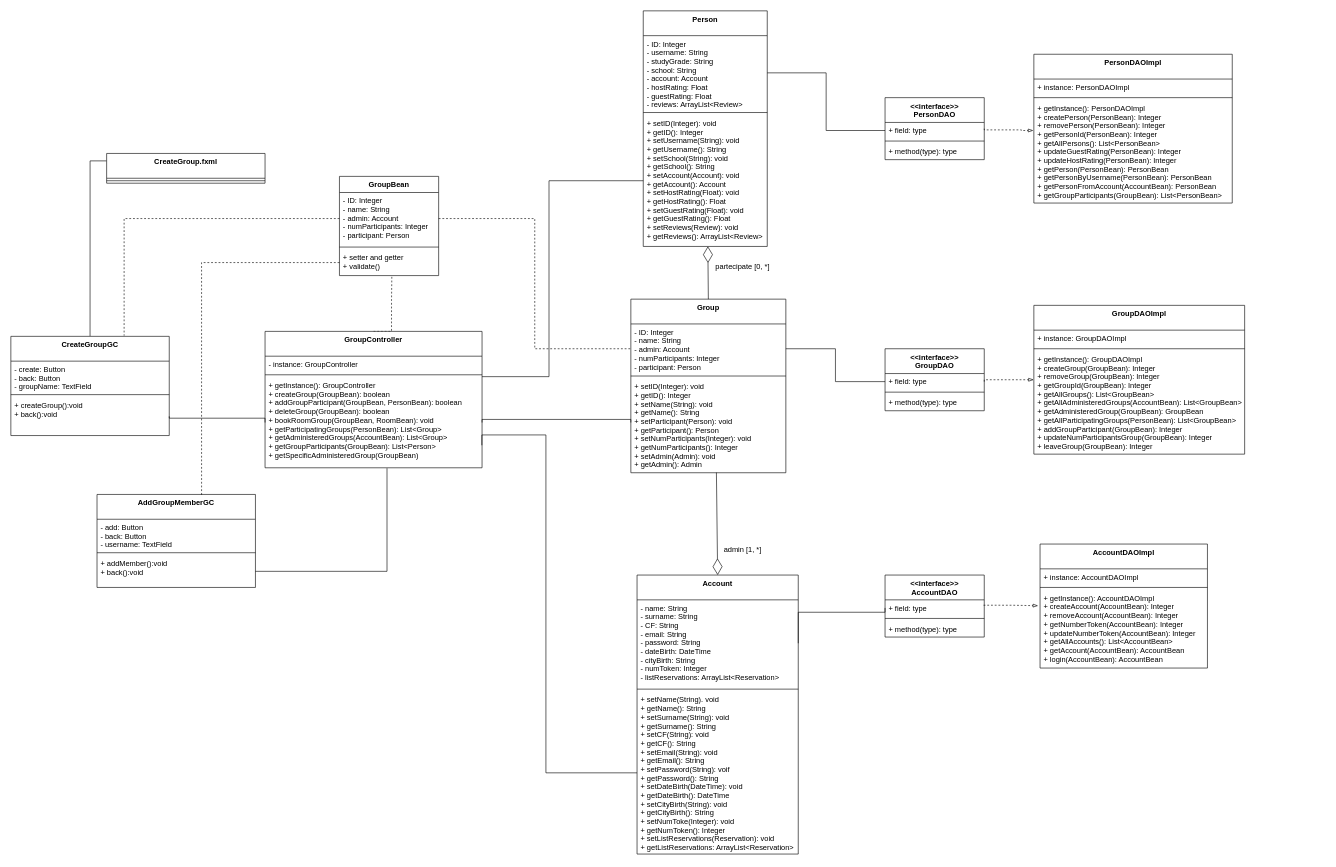
The draw.io diagram Deliverables/Design Level Class Diagram/DLCD Create Study Group Dalena.drawio in nic-agos/DoveStudi, before the edit. Source tidied: cells renumbered, new cells numbered last; positions are measured from the earlier drawing's top-left corner, leaving out a move shared by most shapes. Both pictures are drawn from the tidied source at 62%, with x=0, y=0 at pixel (11, 11).
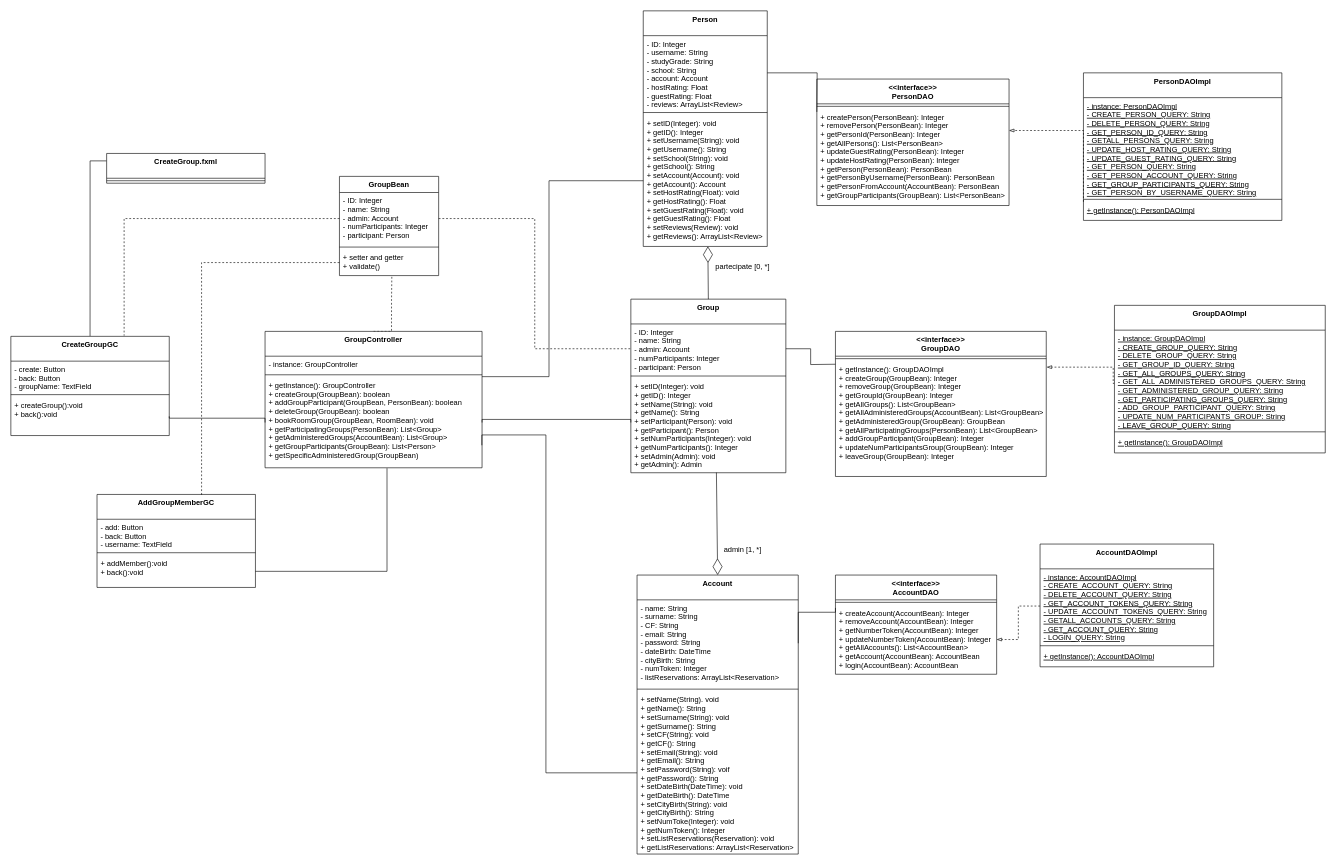
The same diagram, later.

The change refers to these unchanged cells:
```xml
<mxCell id="3" value="- name: String&#10;- surname: String&#10;- CF: String&#10;- email: String&#10;- password: String&#10;- dateBirth: DateTime&#10;- cityBirth: String&#10;- numToken: Integer&#10;- listReservations: ArrayList&lt;Reservation&gt;" style="text;strokeColor=none;fillColor=none;align=left;verticalAlign=top;spacingLeft=4;spacingRight=4;overflow=hidden;points=[[0,0.5],[1,0.5]];portConstraint=eastwest;" parent="2" vertex="1">
  <mxGeometry y="40" width="260" height="140" as="geometry" />
</mxCell>
<mxCell id="7" value="- ID: Integer&#10;- name: String&#10;- admin: Account&#10;- numParticipants: Integer&#10;- participant: Person&#10;" style="text;strokeColor=none;fillColor=none;align=left;verticalAlign=top;spacingLeft=4;spacingRight=4;overflow=hidden;points=[[0,0.5],[1,0.5]];portConstraint=eastwest;" parent="6" vertex="1">
  <mxGeometry y="40" width="250" height="80" as="geometry" />
</mxCell>
<mxCell id="11" value="- ID: Integer&#10;- username: String&#10;- studyGrade: String&#10;- school: String&#10;- account: Account&#10;- hostRating: Float&#10;- guestRating: Float&#10;- reviews: ArrayList&lt;Review&gt;" style="text;strokeColor=none;fillColor=none;align=left;verticalAlign=top;spacingLeft=4;spacingRight=4;overflow=hidden;points=[[0,0.5],[1,0.5]];portConstraint=eastwest;" parent="10" vertex="1">
  <mxGeometry y="40" width="200" height="120" as="geometry" />
</mxCell>
<mxCell id="15" value="GroupController" style="swimlane;fontStyle=1;align=center;verticalAlign=top;horizontal=1;startSize=40;" parent="1" vertex="1">
  <mxGeometry x="410" y="517" width="350" height="220" as="geometry" />
</mxCell>
```

Change to the diagram source:
```diff
@@
-    <mxCell id="18" value="+ getInstance(): GroupController&#10;+ createGroup(GroupBean): boolean&#10;+ addGroupParticipant(GroupBean, PersonBean): boolean&#10;+ deleteGroup(GroupBean): boolean&#10;+ bookRoomGroup(GroupBean, RoomBean): void&#10;+ getParticipatingGroups(PersonBean): List&lt;Group&gt;&#10;+ getAdministeredGroups(AccountBean): List&lt;Group&gt;&#10;+ getGroupParticipants(GroupBean): List&lt;Person&gt;&#10;+ getSpecificAdministeredGroup(GroupBean)" style="text;strokeColor=none;fillColor=none;align=left;verticalAlign=top;spacingLeft=4;spacingRight=4;overflow=hidden;points=[[0,0.5],[1,0.5]];portConstraint=eastwest;" parent="15" vertex="1">
+    <mxCell id="18" value="+ getInstance(): GroupController&#10;+ createGroup(GroupBean): boolean&#10;+ addGroupParticipant(GroupBean, PersonBean): boolean&#10;+ deleteGroup(GroupBean): boolean&#10;+ bookRoomGroup(GroupBean, RoomBean): void&#10;+ getParticipatingGroups(PersonBean): List&lt;Group&gt;&#10;+ getAdministeredGroups(AccountBean): List&lt;Group&gt;&#10;+ getGroupParticipants(GroupBean): List&lt;Person&gt;&#10;+ getSpecificAdministeredGroup(GroupBean)&#10;&#10;" style="text;strokeColor=none;fillColor=none;align=left;verticalAlign=top;spacingLeft=4;spacingRight=4;overflow=hidden;points=[[0,0.5],[1,0.5]];portConstraint=eastwest;fontStyle=0;" parent="15" vertex="1">
       <mxGeometry y="74" width="350" height="146" as="geometry" />
     </mxCell>
     <mxCell id="19" value="&lt;&lt;interface&gt;&gt;&#10;PersonDAO" style="swimlane;fontStyle=1;align=center;verticalAlign=top;horizontal=1;startSize=40;" parent="1" vertex="1">
-      <mxGeometry x="1410" y="140" width="160" height="100" as="geometry" />
+      <mxGeometry x="1300" y="110" width="310" height="204" as="geometry" />
     </mxCell>
-    <mxCell id="20" value="+ field: type" style="text;strokeColor=none;fillColor=none;align=left;verticalAlign=top;spacingLeft=4;spacingRight=4;overflow=hidden;points=[[0,0.5],[1,0.5]];portConstraint=eastwest;" parent="19" vertex="1">
-      <mxGeometry y="40" width="160" height="26" as="geometry" />
-    </mxCell>
     <mxCell id="21" style="line;strokeWidth=1;fillColor=none;align=left;verticalAlign=middle;spacingTop=-1;spacingLeft=3;spacingRight=3;labelPosition=right;" parent="19" vertex="1">
-      <mxGeometry y="66" width="160" height="8" as="geometry" />
+      <mxGeometry y="40" width="310" height="8" as="geometry" />
     </mxCell>
-    <mxCell id="22" value="+ method(type): type" style="text;strokeColor=none;fillColor=none;align=left;verticalAlign=top;spacingLeft=4;spacingRight=4;overflow=hidden;" parent="19" vertex="1">
-      <mxGeometry y="74" width="160" height="26" as="geometry" />
+    <mxCell id="22" value="+ createPerson(PersonBean): Integer&#10;+ removePerson(PersonBean): Integer&#10;+ getPersonId(PersonBean): Integer&#10;+ getAllPersons(): List&lt;PersonBean&gt;&#10;+ updateGuestRating(PersonBean): Integer&#10;+ updateHostRating(PersonBean): Integer&#10;+ getPerson(PersonBean): PersonBean&#10;+ getPersonByUsername(PersonBean): PersonBean&#10;+ getPersonFromAccount(AccountBean): PersonBean&#10;+ getGroupParticipants(GroupBean): List&lt;PersonBean&gt;" style="text;strokeColor=none;fillColor=none;align=left;verticalAlign=top;spacingLeft=4;spacingRight=4;overflow=hidden;" parent="19" vertex="1">
+      <mxGeometry y="48" width="310" height="156" as="geometry" />
     </mxCell>
-    <mxCell id="23" style="edgeStyle=orthogonalEdgeStyle;rounded=0;jettySize=auto;html=1;endArrow=blockThin;endFill=0;dashed=1;exitX=1;exitY=0.5;exitDx=0;exitDy=0;entryX=-0.003;entryY=0.295;entryDx=0;entryDy=0;entryPerimeter=0;" parent="1" edge="1" source="19" target="64">
-      <mxGeometry relative="1" as="geometry">
-        <Array as="points">
-          <mxPoint x="1570" y="192" />
-          <mxPoint x="1630" y="192" />
-        </Array>
-      </mxGeometry>
-    </mxCell>
     <mxCell id="24" value="&lt;&lt;interface&gt;&gt;&#10;GroupDAO" style="swimlane;fontStyle=1;align=center;verticalAlign=top;horizontal=1;startSize=40;" parent="1" vertex="1">
-      <mxGeometry x="1410" y="545" width="160" height="100" as="geometry" />
+      <mxGeometry x="1330" y="517" width="340" height="234" as="geometry" />
     </mxCell>
-    <mxCell id="25" value="+ field: type" style="text;strokeColor=none;fillColor=none;align=left;verticalAlign=top;spacingLeft=4;spacingRight=4;overflow=hidden;points=[[0,0.5],[1,0.5]];portConstraint=eastwest;" parent="24" vertex="1">
-      <mxGeometry y="40" width="160" height="26" as="geometry" />
-    </mxCell>
     <mxCell id="26" style="line;strokeWidth=1;fillColor=none;align=left;verticalAlign=middle;spacingTop=-1;spacingLeft=3;spacingRight=3;labelPosition=right;" parent="24" vertex="1">
-      <mxGeometry y="66" width="160" height="8" as="geometry" />
+      <mxGeometry y="40" width="340" height="8" as="geometry" />
     </mxCell>
-    <mxCell id="27" value="+ method(type): type" style="text;strokeColor=none;fillColor=none;align=left;verticalAlign=top;spacingLeft=4;spacingRight=4;overflow=hidden;points=[[0,0.5],[1,0.5]];portConstraint=eastwest;" parent="24" vertex="1">
-      <mxGeometry y="74" width="160" height="26" as="geometry" />
+    <mxCell id="27" value="+ getInstance(): GroupDAOImpl&#10;+ createGroup(GroupBean): Integer&#10;+ removeGroup(GroupBean): Integer&#10;+ getGroupId(GroupBean): Integer&#10;+ getAllGroups(): List&lt;GroupBean&gt;&#10;+ getAllAdministeredGroups(AccountBean): List&lt;GroupBean&gt;&#10;+ getAdministeredGroup(GroupBean): GroupBean&#10;+ getAllParticipatingGroups(PersonBean): List&lt;GroupBean&gt;&#10;+ addGroupParticipant(GroupBean): Integer&#10;+ updateNumParticipantsGroup(GroupBean): Integer&#10;+ leaveGroup(GroupBean): Integer" style="text;strokeColor=none;fillColor=none;align=left;verticalAlign=top;spacingLeft=4;spacingRight=4;overflow=hidden;points=[[0,0.5],[1,0.5]];portConstraint=eastwest;" parent="24" vertex="1">
+      <mxGeometry y="48" width="340" height="186" as="geometry" />
     </mxCell>
-    <mxCell id="28" style="edgeStyle=orthogonalEdgeStyle;rounded=0;jettySize=auto;html=1;endArrow=blockThin;endFill=0;dashed=1;exitX=1;exitY=0.5;exitDx=0;exitDy=0;entryX=-0.001;entryY=0.277;entryDx=0;entryDy=0;entryPerimeter=0;" parent="1" edge="1" source="25" target="60">
-      <mxGeometry relative="1" as="geometry">
-        <Array as="points">
-          <mxPoint x="1570" y="595" />
-        </Array>
-      </mxGeometry>
-    </mxCell>
     <mxCell id="29" value="&lt;&lt;interface&gt;&gt;&#10;AccountDAO" style="swimlane;fontStyle=1;align=center;verticalAlign=top;horizontal=1;startSize=40;" parent="1" vertex="1">
-      <mxGeometry x="1410" y="910" width="160" height="100" as="geometry" />
+      <mxGeometry x="1330" y="910" width="260" height="160" as="geometry" />
     </mxCell>
-    <mxCell id="30" value="+ field: type" style="text;strokeColor=none;fillColor=none;align=left;verticalAlign=top;spacingLeft=4;spacingRight=4;overflow=hidden;points=[[0,0.5],[1,0.5]];portConstraint=eastwest;" parent="29" vertex="1">
-      <mxGeometry y="40" width="160" height="26" as="geometry" />
-    </mxCell>
     <mxCell id="31" style="line;strokeWidth=1;fillColor=none;align=left;verticalAlign=middle;spacingTop=-1;spacingLeft=3;spacingRight=3;labelPosition=right;" parent="29" vertex="1">
-      <mxGeometry y="66" width="160" height="8" as="geometry" />
+      <mxGeometry y="40" width="260" height="8" as="geometry" />
     </mxCell>
-    <mxCell id="32" value="+ method(type): type" style="text;strokeColor=none;fillColor=none;align=left;verticalAlign=top;spacingLeft=4;spacingRight=4;overflow=hidden;points=[[0,0.5],[1,0.5]];portConstraint=eastwest;" parent="29" vertex="1">
-      <mxGeometry y="74" width="160" height="26" as="geometry" />
+    <mxCell id="32" value="+ createAccount(AccountBean): Integer&#10;+ removeAccount(AccountBean): Integer&#10;+ getNumberToken(AccountBean): Integer&#10;+ updateNumberToken(AccountBean): Integer&#10;+ getAllAccounts(): List&lt;AccountBean&gt;&#10;+ getAccount(AccountBean): AccountBean&#10;+ login(AccountBean): AccountBean" style="text;strokeColor=none;fillColor=none;align=left;verticalAlign=top;spacingLeft=4;spacingRight=4;overflow=hidden;points=[[0,0.5],[1,0.5]];portConstraint=eastwest;" parent="29" vertex="1">
+      <mxGeometry y="48" width="260" height="112" as="geometry" />
     </mxCell>
-    <mxCell id="33" style="edgeStyle=orthogonalEdgeStyle;rounded=0;jettySize=auto;html=1;endArrow=blockThin;endFill=0;dashed=1;exitX=0.993;exitY=0.333;exitDx=0;exitDy=0;exitPerimeter=0;entryX=-0.012;entryY=0.202;entryDx=0;entryDy=0;entryPerimeter=0;" parent="1" edge="1" source="30" target="68">
-      <mxGeometry relative="1" as="geometry" />
-    </mxCell>
-    <mxCell id="34" style="edgeStyle=orthogonalEdgeStyle;rounded=0;jettySize=auto;html=1;exitX=1;exitY=0.5;exitDx=0;exitDy=0;entryX=0;entryY=0.5;entryDx=0;entryDy=0;endArrow=none;endFill=0;" parent="1" edge="1" source="3" target="30">
+    <mxCell id="34" style="edgeStyle=orthogonalEdgeStyle;rounded=0;jettySize=auto;html=1;exitX=1;exitY=0.5;exitDx=0;exitDy=0;entryX=0;entryY=0.5;entryDx=0;entryDy=0;endArrow=none;endFill=0;" parent="1" edge="1" source="3">
       <mxGeometry relative="1" as="geometry">
+        <mxPoint x="1330" y="963" as="targetPoint" />
         <Array as="points">
-          <mxPoint x="1410" y="970" />
+          <mxPoint x="1270" y="970" />
+          <mxPoint x="1330" y="970" />
         </Array>
       </mxGeometry>
     </mxCell>
-    <mxCell id="35" style="edgeStyle=orthogonalEdgeStyle;rounded=0;jettySize=auto;html=1;exitX=1;exitY=0.5;exitDx=0;exitDy=0;entryX=0;entryY=0.5;entryDx=0;entryDy=0;endArrow=none;endFill=0;" parent="1" edge="1" source="7" target="25">
-      <mxGeometry relative="1" as="geometry" />
+    <mxCell id="35" style="edgeStyle=orthogonalEdgeStyle;rounded=0;jettySize=auto;html=1;exitX=1;exitY=0.5;exitDx=0;exitDy=0;entryX=0;entryY=0.5;entryDx=0;entryDy=0;endArrow=none;endFill=0;" parent="1" edge="1" source="7">
+      <mxGeometry relative="1" as="geometry">
+        <mxPoint x="1330" y="570" as="targetPoint" />
+      </mxGeometry>
     </mxCell>
-    <mxCell id="36" style="edgeStyle=orthogonalEdgeStyle;rounded=0;jettySize=auto;html=1;exitX=1;exitY=0.5;exitDx=0;exitDy=0;entryX=0;entryY=0.5;entryDx=0;entryDy=0;endArrow=none;endFill=0;" parent="1" edge="1" source="11" target="20">
-      <mxGeometry relative="1" as="geometry" />
+    <mxCell id="36" style="edgeStyle=orthogonalEdgeStyle;rounded=0;jettySize=auto;html=1;exitX=1;exitY=0.5;exitDx=0;exitDy=0;entryX=0;entryY=0.5;entryDx=0;entryDy=0;endArrow=none;endFill=0;" parent="1" edge="1" source="11">
+      <mxGeometry relative="1" as="geometry">
+        <mxPoint x="1300" y="163" as="targetPoint" />
+      </mxGeometry>
     </mxCell>
@@
     <mxCell id="57" value="GroupDAOImpl" style="swimlane;fontStyle=1;align=center;verticalAlign=top;horizontal=1;startSize=40;" parent="1" vertex="1">
-      <mxGeometry x="1650" y="475" width="340" height="240" as="geometry" />
+      <mxGeometry x="1780" y="475" width="340" height="238" as="geometry" />
     </mxCell>
-    <mxCell id="58" value="+ instance: GroupDAOImpl" style="text;strokeColor=none;fillColor=none;align=left;verticalAlign=top;spacingLeft=4;spacingRight=4;overflow=hidden;points=[[0,0.5],[1,0.5]];portConstraint=eastwest;" parent="57" vertex="1">
-      <mxGeometry y="40" width="340" height="26" as="geometry" />
+    <mxCell id="58" value="- instance: GroupDAOImpl&#10;- CREATE_GROUP_QUERY: String&#10;- DELETE_GROUP_QUERY: String&#10;- GET_GROUP_ID_QUERY: String&#10;- GET_ALL_GROUPS_QUERY: String&#10;- GET_ALL_ADMINISTERED_GROUPS_QUERY: String&#10;- GET_ADMINISTERED_GROUP_QUERY: String&#10;- GET_PARTICIPATING_GROUPS_QUERY: String&#10;- ADD_GROUP_PARTICIPANT_QUERY: String&#10;- UPDATE_NUM_PARTICIPANTS_GROUP: String&#10;- LEAVE_GROUP_QUERY: String" style="text;strokeColor=none;fillColor=none;align=left;verticalAlign=top;spacingLeft=4;spacingRight=4;overflow=hidden;points=[[0,0.5],[1,0.5]];portConstraint=eastwest;fontStyle=4;" parent="57" vertex="1">
+      <mxGeometry y="40" width="340" height="160" as="geometry" />
     </mxCell>
     <mxCell id="59" style="line;strokeWidth=1;fillColor=none;align=left;verticalAlign=middle;spacingTop=-1;spacingLeft=3;spacingRight=3;labelPosition=right;" parent="57" vertex="1">
-      <mxGeometry y="66" width="340" height="8" as="geometry" />
+      <mxGeometry y="200" width="340" height="8" as="geometry" />
     </mxCell>
-    <mxCell id="60" value="+ getInstance(): GroupDAOImpl&#10;+ createGroup(GroupBean): Integer&#10;+ removeGroup(GroupBean): Integer&#10;+ getGroupId(GroupBean): Integer&#10;+ getAllGroups(): List&lt;GroupBean&gt;&#10;+ getAllAdministeredGroups(AccountBean): List&lt;GroupBean&gt;&#10;+ getAdministeredGroup(GroupBean): GroupBean&#10;+ getAllParticipatingGroups(PersonBean): List&lt;GroupBean&gt;&#10;+ addGroupParticipant(GroupBean): Integer&#10;+ updateNumParticipantsGroup(GroupBean): Integer&#10;+ leaveGroup(GroupBean): Integer" style="text;strokeColor=none;fillColor=none;align=left;verticalAlign=top;spacingLeft=4;spacingRight=4;overflow=hidden;points=[[0,0.5],[1,0.5]];portConstraint=eastwest;" parent="57" vertex="1">
-      <mxGeometry y="74" width="340" height="166" as="geometry" />
+    <mxCell id="60" value="+ getInstance(): GroupDAOImpl&#10;" style="text;strokeColor=none;fillColor=none;align=left;verticalAlign=top;spacingLeft=4;spacingRight=4;overflow=hidden;points=[[0,0.5],[1,0.5]];portConstraint=eastwest;fontStyle=4;" parent="57" vertex="1">
+      <mxGeometry y="208" width="340" height="30" as="geometry" />
     </mxCell>
     <mxCell id="61" value="PersonDAOImpl" style="swimlane;fontStyle=1;align=center;verticalAlign=top;horizontal=1;startSize=40;" parent="1" vertex="1">
-      <mxGeometry x="1650" y="70" width="320" height="240" as="geometry" />
+      <mxGeometry x="1730" y="100" width="320" height="238" as="geometry" />
     </mxCell>
-    <mxCell id="62" value="+ instance: PersonDAOImpl" style="text;strokeColor=none;fillColor=none;align=left;verticalAlign=top;spacingLeft=4;spacingRight=4;overflow=hidden;" parent="61" vertex="1">
-      <mxGeometry y="40" width="320" height="26" as="geometry" />
+    <mxCell id="62" value="- instance: PersonDAOImpl&#10;- CREATE_PERSON_QUERY: String&#10;- DELETE_PERSON_QUERY: String&#10;- GET_PERSON_ID_QUERY: String&#10;- GETALL_PERSONS_QUERY: String&#10;- UPDATE_HOST_RATING_QUERY: String&#10;- UPDATE_GUEST_RATING_QUERY: String&#10;- GET_PERSON_QUERY: String&#10;- GET_PERSON_ACCOUNT_QUERY: String&#10;- GET_GROUP_PARTICIPANTS_QUERY: String&#10;- GET_PERSON_BY_USERNAME_QUERY: String" style="text;strokeColor=none;fillColor=none;align=left;verticalAlign=top;spacingLeft=4;spacingRight=4;overflow=hidden;fontStyle=4;" parent="61" vertex="1">
+      <mxGeometry y="40" width="320" height="160" as="geometry" />
     </mxCell>
     <mxCell id="63" style="line;strokeWidth=1;fillColor=none;align=left;verticalAlign=middle;spacingTop=-1;spacingLeft=3;spacingRight=3;labelPosition=right;" parent="61" vertex="1">
-      <mxGeometry y="66" width="320" height="8" as="geometry" />
+      <mxGeometry y="200" width="320" height="8" as="geometry" />
     </mxCell>
-    <mxCell id="64" value="+ getInstance(): PersonDAOImpl&#10;+ createPerson(PersonBean): Integer&#10;+ removePerson(PersonBean): Integer&#10;+ getPersonId(PersonBean): Integer&#10;+ getAllPersons(): List&lt;PersonBean&gt;&#10;+ updateGuestRating(PersonBean): Integer&#10;+ updateHostRating(PersonBean): Integer&#10;+ getPerson(PersonBean): PersonBean&#10;+ getPersonByUsername(PersonBean): PersonBean&#10;+ getPersonFromAccount(AccountBean): PersonBean&#10;+ getGroupParticipants(GroupBean): List&lt;PersonBean&gt;" style="text;strokeColor=none;fillColor=none;align=left;verticalAlign=top;spacingLeft=4;spacingRight=4;overflow=hidden;points=[[0,0.5],[1,0.5]];portConstraint=eastwest;" parent="61" vertex="1">
-      <mxGeometry y="74" width="320" height="166" as="geometry" />
+    <mxCell id="64" value="+ getInstance(): PersonDAOImpl&#10;" style="text;strokeColor=none;fillColor=none;align=left;verticalAlign=top;spacingLeft=4;spacingRight=4;overflow=hidden;points=[[0,0.5],[1,0.5]];portConstraint=eastwest;fontStyle=4;" parent="61" vertex="1">
+      <mxGeometry y="208" width="320" height="30" as="geometry" />
     </mxCell>
     <mxCell id="65" value="AccountDAOImpl" style="swimlane;fontStyle=1;align=center;verticalAlign=top;horizontal=1;startSize=40;" parent="1" vertex="1">
-      <mxGeometry x="1660" y="860" width="270" height="200" as="geometry" />
+      <mxGeometry x="1660" y="860" width="280" height="198" as="geometry" />
     </mxCell>
-    <mxCell id="66" value="+ instance: AccountDAOImpl" style="text;strokeColor=none;fillColor=none;align=left;verticalAlign=top;spacingLeft=4;spacingRight=4;overflow=hidden;points=[[0,0.5],[1,0.5]];portConstraint=eastwest;" parent="65" vertex="1">
-      <mxGeometry y="40" width="270" height="26" as="geometry" />
+    <mxCell id="66" value="- instance: AccountDAOImpl&#10;- CREATE_ACCOUNT_QUERY: String&#10;- DELETE_ACCOUNT_QUERY: String&#10;- GET_ACCOUNT_TOKENS_QUERY: String&#10;- UPDATE_ACCOUNT_TOKENS_QUERY: String&#10;- GETALL_ACCOUNTS_QUERY: String&#10;- GET_ACCOUNT_QUERY: String&#10;- LOGIN_QUERY: String" style="text;strokeColor=none;fillColor=none;align=left;verticalAlign=top;spacingLeft=4;spacingRight=4;overflow=hidden;points=[[0,0.5],[1,0.5]];portConstraint=eastwest;fontStyle=4;" parent="65" vertex="1">
+      <mxGeometry y="40" width="280" height="120" as="geometry" />
     </mxCell>
     <mxCell id="67" style="line;strokeWidth=1;fillColor=none;align=left;verticalAlign=middle;spacingTop=-1;spacingLeft=3;spacingRight=3;labelPosition=right;" parent="65" vertex="1">
-      <mxGeometry y="66" width="270" height="8" as="geometry" />
+      <mxGeometry y="160" width="280" height="8" as="geometry" />
     </mxCell>
-    <mxCell id="68" value="+ getInstance(): AccountDAOImpl&#10;+ createAccount(AccountBean): Integer&#10;+ removeAccount(AccountBean): Integer&#10;+ getNumberToken(AccountBean): Integer&#10;+ updateNumberToken(AccountBean): Integer&#10;+ getAllAccounts(): List&lt;AccountBean&gt;&#10;+ getAccount(AccountBean): AccountBean&#10;+ login(AccountBean): AccountBean" style="text;strokeColor=none;fillColor=none;align=left;verticalAlign=top;spacingLeft=4;spacingRight=4;overflow=hidden;points=[[0,0.5],[1,0.5]];portConstraint=eastwest;" parent="65" vertex="1">
-      <mxGeometry y="74" width="270" height="126" as="geometry" />
+    <mxCell id="68" value="+ getInstance(): AccountDAOImpl" style="text;strokeColor=none;fillColor=none;align=left;verticalAlign=top;spacingLeft=4;spacingRight=4;overflow=hidden;points=[[0,0.5],[1,0.5]];portConstraint=eastwest;fontStyle=4;" parent="65" vertex="1">
+      <mxGeometry y="168" width="280" height="30" as="geometry" />
     </mxCell>
@@
+    <mxCell id="23" style="edgeStyle=orthogonalEdgeStyle;rounded=0;jettySize=auto;html=1;endArrow=blockThin;endFill=0;dashed=1;" parent="1" edge="1" source="64">
+      <mxGeometry relative="1" as="geometry">
+        <mxPoint x="1610" y="193" as="targetPoint" />
+        <Array as="points">
+          <mxPoint x="1730" y="193" />
+        </Array>
+      </mxGeometry>
+    </mxCell>
+    <mxCell id="28" style="edgeStyle=orthogonalEdgeStyle;rounded=0;jettySize=auto;html=1;endArrow=blockThin;endFill=0;dashed=1;exitX=-0.003;exitY=0.531;exitDx=0;exitDy=0;entryX=1.002;entryY=0.052;entryDx=0;entryDy=0;entryPerimeter=0;exitPerimeter=0;" parent="1" edge="1" source="58" target="27">
+      <mxGeometry relative="1" as="geometry">
+        <Array as="points">
+          <mxPoint x="1779" y="601" />
+          <mxPoint x="1778" y="601" />
+        </Array>
+      </mxGeometry>
+    </mxCell>
+    <mxCell id="33" style="edgeStyle=orthogonalEdgeStyle;rounded=0;jettySize=auto;html=1;endArrow=blockThin;endFill=0;dashed=1;exitX=0;exitY=0.5;exitDx=0;exitDy=0;entryX=1;entryY=0.5;entryDx=0;entryDy=0;" parent="1" edge="1" source="66" target="32">
+      <mxGeometry relative="1" as="geometry" />
+    </mxCell>
```
